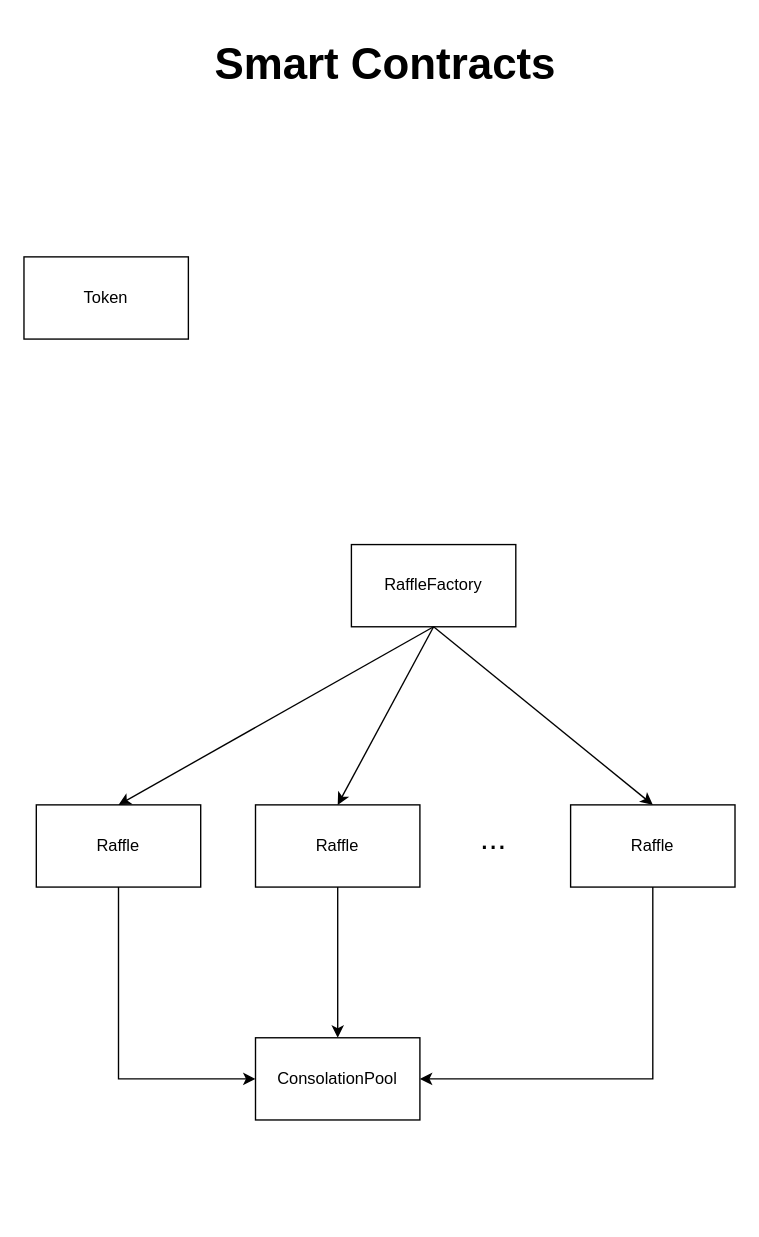
DevABDee/JetonsProject keeps this draw.io diagram as page "Contracts" (1 of 2) of JetonsProject.drawio. Above is the earlier version. Source tidied: cells renumbered, new cells numbered last; positions are measured from the earlier drawing's top-left corner, leaving out a move shared by most shapes. Both pictures are drawn from the tidied source at 137%, with x=0, y=0 at pixel (23, 23).
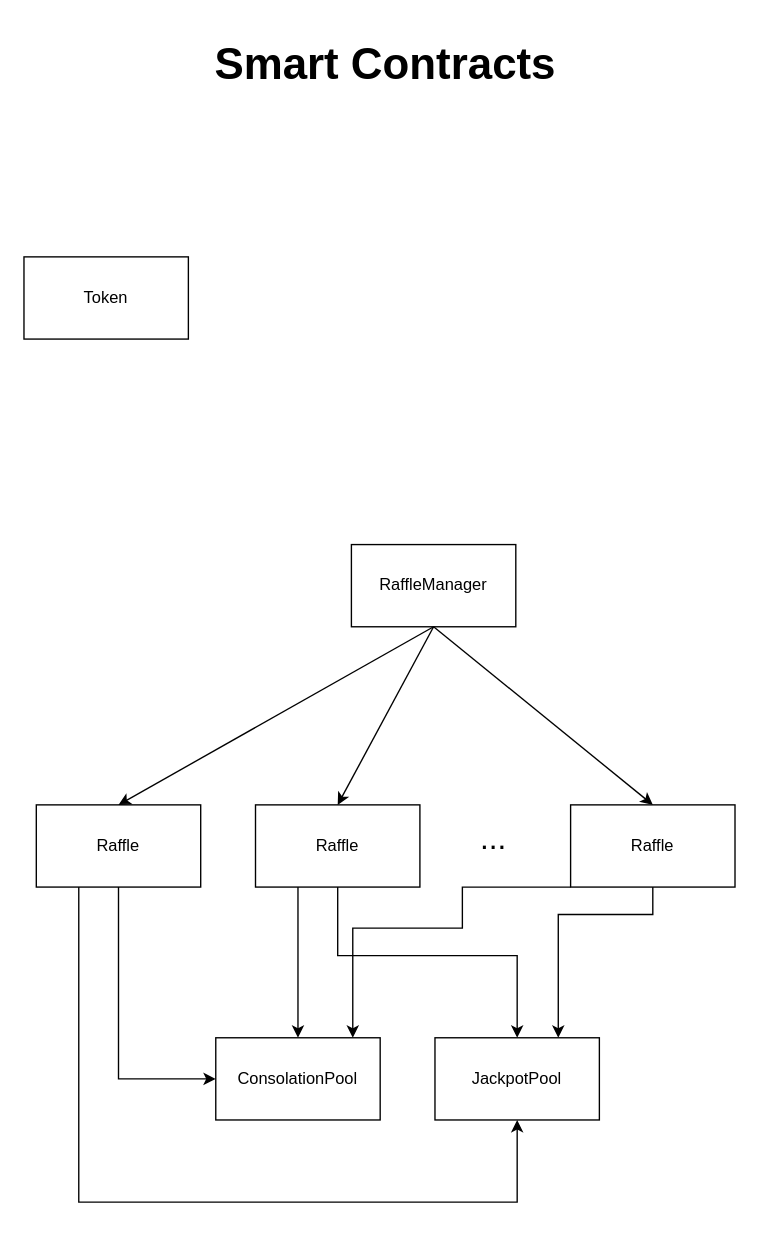
The same page after the edit.

Unchanged cells that the change refers to:
```xml
<mxCell id="5" value="Raffle" style="rounded=0;whiteSpace=wrap;html=1;" parent="1" vertex="1">
  <mxGeometry x="9" y="570" width="120" height="60" as="geometry" />
</mxCell>
<mxCell id="7" value="Raffle" style="rounded=0;whiteSpace=wrap;html=1;" parent="1" vertex="1">
  <mxGeometry x="169" y="570" width="120" height="60" as="geometry" />
</mxCell>
<mxCell id="8" value="Raffle" style="rounded=0;whiteSpace=wrap;html=1;" parent="1" vertex="1">
  <mxGeometry x="399" y="570" width="120" height="60" as="geometry" />
</mxCell>
```

Diff of the diagram source:
```diff
@@
-    <mxCell id="2" value="RaffleFactory" style="rounded=0;whiteSpace=wrap;html=1;" parent="1" vertex="1">
+    <mxCell id="2" value="RaffleManager" style="rounded=0;whiteSpace=wrap;html=1;" parent="1" vertex="1">
       <mxGeometry x="239" y="380" width="120" height="60" as="geometry" />
     </mxCell>
@@
+    <mxCell id="17" style="edgeStyle=orthogonalEdgeStyle;rounded=0;jettySize=auto;html=1;fontSize=12;entryX=0.5;entryY=1;entryDx=0;entryDy=0;" parent="1" edge="1" source="5" target="20">
+      <mxGeometry relative="1" as="geometry">
+        <Array as="points">
+          <mxPoint x="40" y="860" />
+          <mxPoint x="360" y="860" />
+        </Array>
+      </mxGeometry>
+    </mxCell>
@@
-    <mxCell id="6" style="edgeStyle=orthogonalEdgeStyle;rounded=0;jettySize=auto;html=1;fontSize=23;" parent="1" edge="1" source="7" target="14">
-      <mxGeometry relative="1" as="geometry" />
+    <mxCell id="6" style="edgeStyle=orthogonalEdgeStyle;rounded=0;jettySize=auto;html=1;fontSize=23;entryX=0.5;entryY=0;entryDx=0;entryDy=0;" parent="1" edge="1" source="7" target="20">
+      <mxGeometry relative="1" as="geometry">
+        <Array as="points">
+          <mxPoint x="229" y="680" />
+          <mxPoint x="360" y="680" />
+        </Array>
+      </mxGeometry>
     </mxCell>
+    <mxCell id="18" style="edgeStyle=orthogonalEdgeStyle;rounded=0;jettySize=auto;html=1;fontSize=12;" parent="1" edge="1" source="7" target="14">
+      <mxGeometry relative="1" as="geometry">
+        <Array as="points">
+          <mxPoint x="200" y="660" />
+          <mxPoint x="200" y="660" />
+        </Array>
+      </mxGeometry>
+    </mxCell>
@@
+    <mxCell id="19" style="edgeStyle=orthogonalEdgeStyle;rounded=0;jettySize=auto;html=1;fontSize=12;" parent="1" edge="1" source="8" target="20">
+      <mxGeometry relative="1" as="geometry">
+        <Array as="points">
+          <mxPoint x="459" y="650" />
+          <mxPoint x="390" y="650" />
+        </Array>
+      </mxGeometry>
+    </mxCell>
@@
     <mxCell id="14" value="ConsolationPool" style="rounded=0;whiteSpace=wrap;html=1;" parent="1" vertex="1">
-      <mxGeometry x="169" y="740" width="120" height="60" as="geometry" />
+      <mxGeometry x="140" y="740" width="120" height="60" as="geometry" />
     </mxCell>
@@
+    <mxCell id="20" value="JackpotPool" style="rounded=0;whiteSpace=wrap;html=1;" parent="1" vertex="1">
+      <mxGeometry x="300" y="740" width="120" height="60" as="geometry" />
+    </mxCell>
-    <mxCell id="16" style="edgeStyle=orthogonalEdgeStyle;rounded=0;jettySize=auto;html=1;fontSize=23;exitX=0.5;exitY=1;exitDx=0;exitDy=0;entryX=1;entryY=0.5;entryDx=0;entryDy=0;" parent="1" edge="1" source="8" target="14">
-      <mxGeometry relative="1" as="geometry" />
+    <mxCell id="16" style="edgeStyle=orthogonalEdgeStyle;rounded=0;jettySize=auto;html=1;fontSize=12;exitX=0;exitY=1;exitDx=0;exitDy=0;" parent="1" edge="1" source="8" target="14">
+      <mxGeometry relative="1" as="geometry">
+        <Array as="points">
+          <mxPoint x="320" y="630" />
+          <mxPoint x="320" y="660" />
+          <mxPoint x="240" y="660" />
+        </Array>
+      </mxGeometry>
     </mxCell>
```
